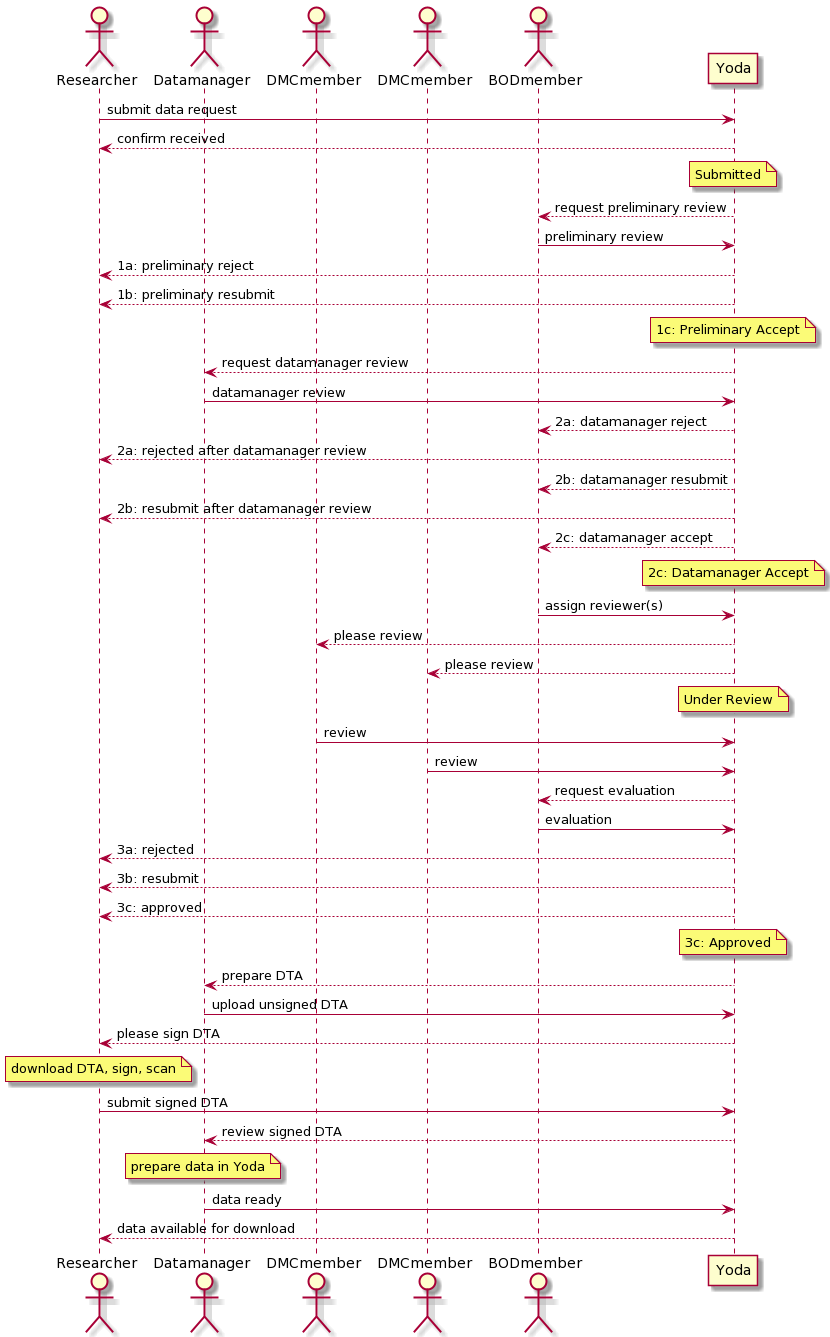
Earlier version of the PlantUML export docs/design/overview/img/datarequest/datarequest_workflow_sequence_diagram.png (UtrechtUniversity/yoda).
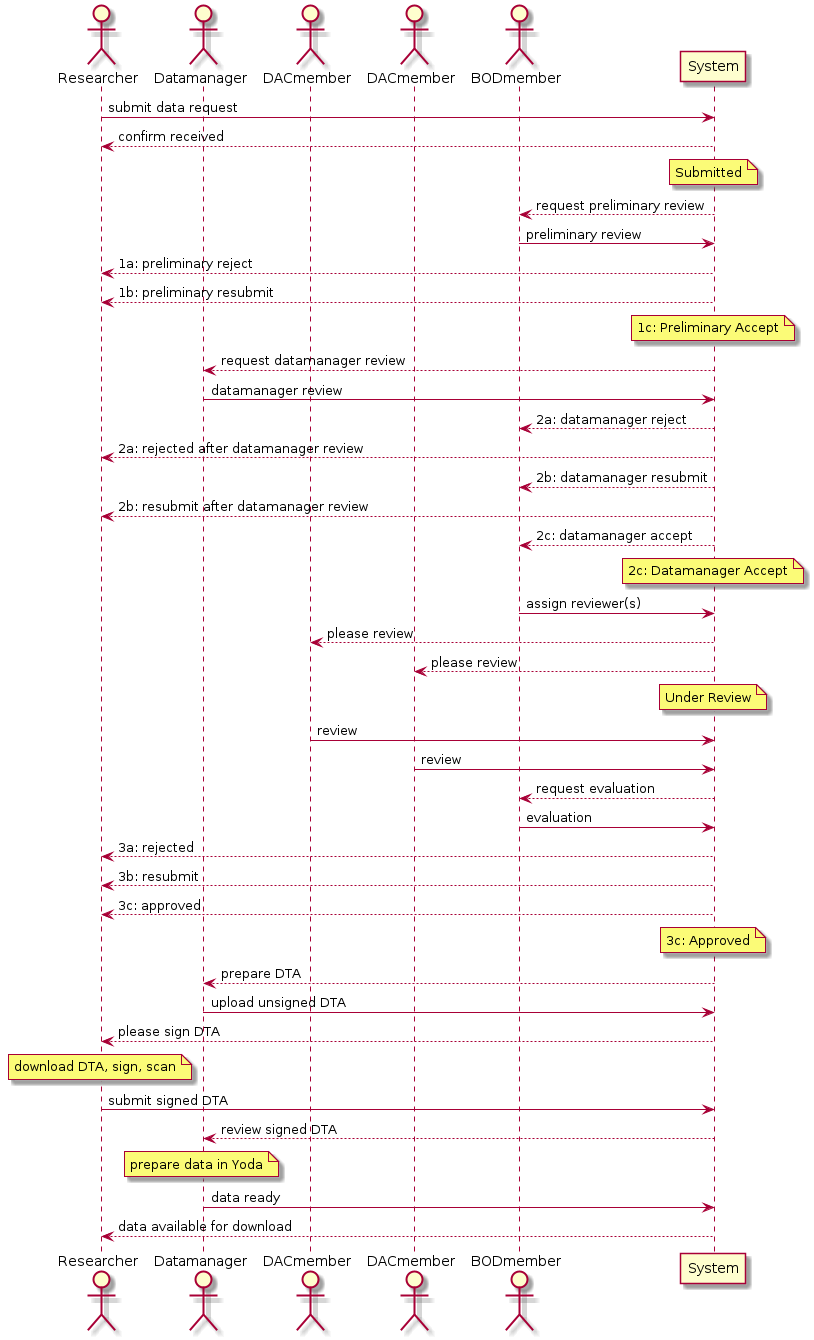
The same file after the commit.

The edit, as a diff of the source:
```diff
@@ -1,10 +1,10 @@
 @startuml
 actor "Researcher" as R
 actor "Datamanager" as DM
-actor "DMCmember" as M1
-actor "DMCmember" as M2
+actor "DACmember" as M1
+actor "DACmember" as M2
 actor "BODmember" as B
-participant "Yoda" as Y
+participant "System" as Y
 
 R -> Y   : submit data request
 Y --> R  : confirm received
```
